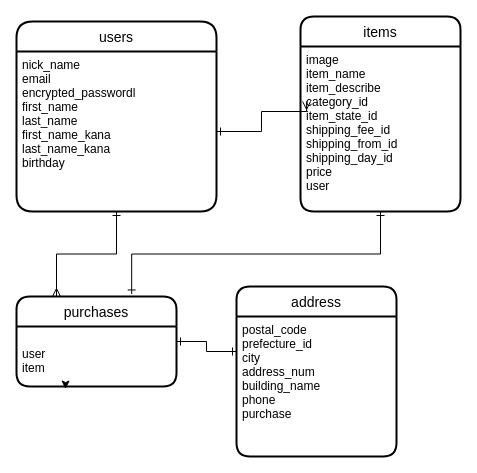
Above: ER.dio in KatoSayaka/furima-30589 (draw.io), before the change. Source tidied: cells renumbered, new cells numbered last; positions are measured from the earlier drawing's top-left corner, leaving out a move shared by most shapes. Both pictures are drawn from the tidied source at 100%, with x=0, y=0 at pixel (16, 16).
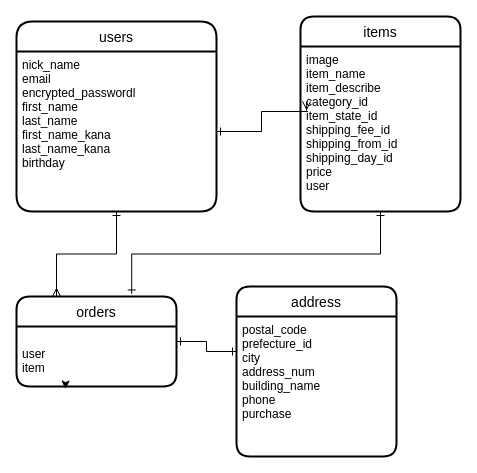
Above is the later version.

What changed in the source:
```diff
@@
 <mxGraphModel>
   <root>
     <mxCell id="0" />
     <mxCell id="1" parent="0" />
     <mxCell id="2" style="edgeStyle=orthogonalEdgeStyle;jettySize=auto;html=1;exitX=1;exitY=0.5;exitDx=0;exitDy=0;entryX=0.038;entryY=0.333;entryDx=0;entryDy=0;entryPerimeter=0;rounded=0;startArrow=ERone;startFill=0;endArrow=ERmany;endFill=0;" parent="1" edge="1" source="5" target="8">
       <mxGeometry relative="1" as="geometry">
         <Array as="points">
           <mxPoint x="245" y="115" />
           <mxPoint x="245" y="95" />
         </Array>
       </mxGeometry>
     </mxCell>
     <mxCell id="3" style="edgeStyle=orthogonalEdgeStyle;rounded=0;jettySize=auto;html=1;exitX=0.5;exitY=1;exitDx=0;exitDy=0;entryX=0.72;entryY=-0.028;entryDx=0;entryDy=0;entryPerimeter=0;startArrow=ERone;startFill=0;endArrow=ERone;endFill=0;" parent="1" edge="1" source="8" target="11">
       <mxGeometry relative="1" as="geometry" />
     </mxCell>
     <mxCell id="4" value="users" style="swimlane;horizontal=1;startSize=30;rounded=1;fontSize=14;fontStyle=0;strokeWidth=2;shadow=0;dashed=0;align=center;arcSize=18;" parent="1" vertex="1">
       <mxGeometry y="5" width="200" height="190" as="geometry" />
     </mxCell>
     <mxCell id="5" value="nick_name&#10;email&#10;encrypted_passwordl&#10;first_name&#10;last_name&#10;first_name_kana&#10;last_name_kana&#10;birthday" style="align=left;strokeColor=none;fillColor=none;spacingLeft=4;fontSize=12;verticalAlign=top;" parent="4" vertex="1">
       <mxGeometry y="30" width="200" height="160" as="geometry" />
     </mxCell>
     <mxCell id="6" style="edgeStyle=orthogonalEdgeStyle;rounded=0;jettySize=auto;html=1;entryX=0.25;entryY=0;entryDx=0;entryDy=0;startArrow=ERone;startFill=0;endArrow=ERmany;endFill=0;" parent="1" edge="1" source="5" target="11">
       <mxGeometry relative="1" as="geometry" />
     </mxCell>
     <mxCell id="7" value="items" style="swimlane;horizontal=1;startSize=30;rounded=1;fontSize=14;fontStyle=0;strokeWidth=2;shadow=0;dashed=0;align=center;" parent="1" vertex="1">
       <mxGeometry x="284" width="160" height="195" as="geometry" />
     </mxCell>
     <mxCell id="8" value="image&#10;item_name&#10;item_describe&#10;category_id&#10;item_state_id&#10;shipping_fee_id&#10;shipping_from_id&#10;shipping_day_id&#10;price&#10;user" style="align=left;strokeColor=none;fillColor=none;spacingLeft=4;fontSize=12;verticalAlign=top;" parent="7" vertex="1">
       <mxGeometry y="30" width="160" height="165" as="geometry" />
     </mxCell>
     <mxCell id="9" value="address" style="swimlane;horizontal=1;startSize=30;rounded=1;fontSize=14;fontStyle=0;strokeWidth=2;shadow=0;dashed=0;align=center;" parent="1" vertex="1">
       <mxGeometry x="220" y="270" width="160" height="170" as="geometry" />
     </mxCell>
     <mxCell id="10" value="postal_code&#10;prefecture_id&#10;city&#10;address_num&#10;building_name&#10;phone&#10;purchase" style="align=left;strokeColor=none;fillColor=none;spacingLeft=4;fontSize=12;verticalAlign=top;" parent="9" vertex="1">
       <mxGeometry y="30" width="160" height="140" as="geometry" />
     </mxCell>
-    <mxCell id="11" value="purchases" style="swimlane;horizontal=1;startSize=30;rounded=1;fontSize=14;fontStyle=0;strokeWidth=2;shadow=0;dashed=0;align=center;" parent="1" vertex="1">
+    <mxCell id="11" value="orders" style="swimlane;horizontal=1;startSize=30;rounded=1;fontSize=14;fontStyle=0;strokeWidth=2;shadow=0;dashed=0;align=center;" parent="1" vertex="1">
       <mxGeometry y="280" width="160" height="90" as="geometry" />
     </mxCell>
     <mxCell id="12" value="&#10;user&#10;item&#10;" style="align=left;strokeColor=none;fillColor=none;spacingLeft=4;fontSize=12;verticalAlign=top;" parent="11" vertex="1">
       <mxGeometry y="30" width="160" height="60" as="geometry" />
     </mxCell>
     <mxCell id="13" style="edgeStyle=orthogonalEdgeStyle;rounded=0;orthogonalLoop=1;jettySize=auto;html=1;exitX=0.25;exitY=1;exitDx=0;exitDy=0;entryX=0.306;entryY=1.042;entryDx=0;entryDy=0;entryPerimeter=0;" parent="11" edge="1" source="12" target="12">
       <mxGeometry relative="1" as="geometry" />
     </mxCell>
     <mxCell id="14" style="edgeStyle=orthogonalEdgeStyle;rounded=0;orthogonalLoop=1;jettySize=auto;html=1;exitX=0.5;exitY=1;exitDx=0;exitDy=0;" parent="11" edge="1" source="12" target="12">
       <mxGeometry relative="1" as="geometry" />
     </mxCell>
     <mxCell id="15" style="edgeStyle=orthogonalEdgeStyle;rounded=0;jettySize=auto;html=1;exitX=1;exitY=0.25;exitDx=0;exitDy=0;entryX=0;entryY=0.25;entryDx=0;entryDy=0;endArrow=ERone;endFill=0;startArrow=ERone;startFill=0;" parent="1" edge="1" source="12" target="10">
       <mxGeometry relative="1" as="geometry" />
     </mxCell>
   </root>
 </mxGraphModel>
```
